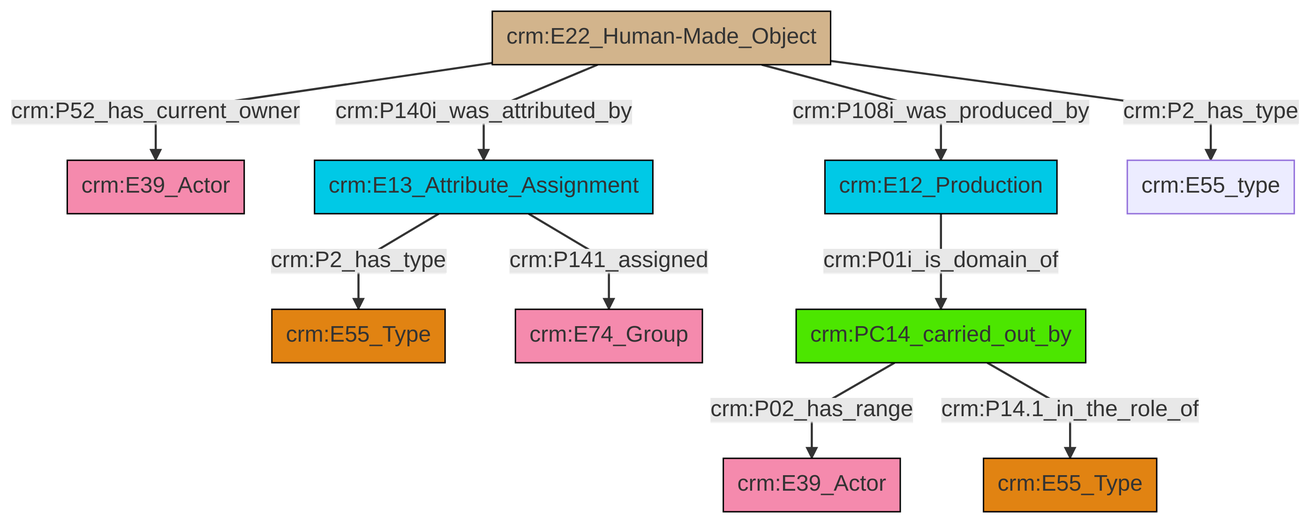
Above: et/builtWorkCSV/ttl/mmd/png/Built_Work_actor_relations.png in swiss-art-research-net/docs.swissartresearch (Mermaid), before the change. Its source is kept beside it as et/builtWorkCSV/ttl/mmd/Built_Work_actor_relations.ttl.mmd.
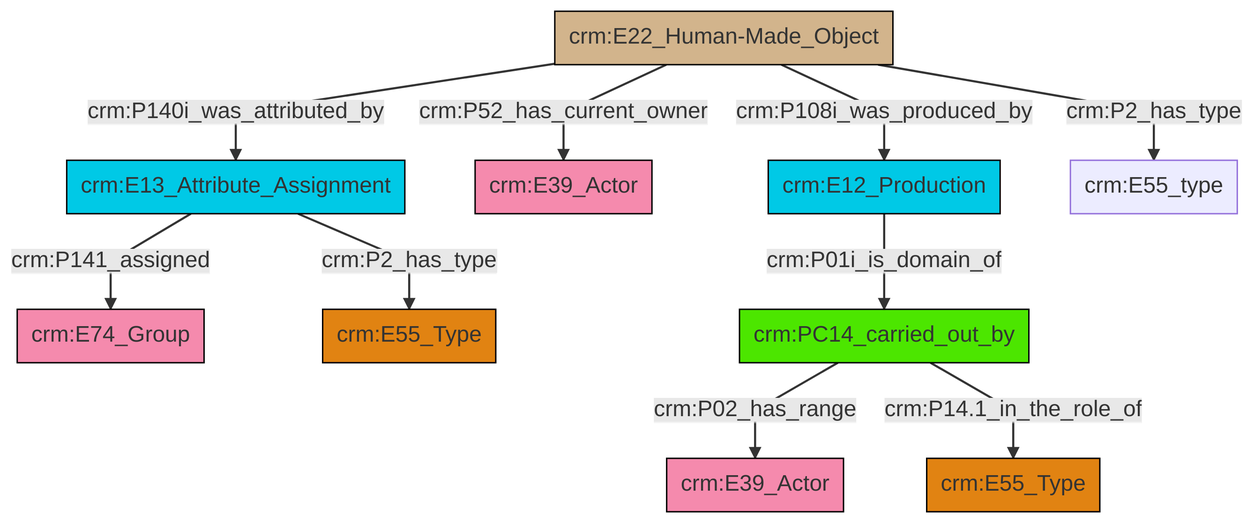
Above is the later version.

The edit, as a diff of the source:
```diff
@@ -13,12 +13,12 @@
 classDef PC_Classes fill:#4ce600, stroke:#000000;
 classDef Multi fill:#cccccc,stroke:#000000;
 
-2["crm:E22_Human-Made_Object"]:::Physical_Thing -->|crm:P52_has_current_owner| 3["crm:E39_Actor"]:::Actor
-6["crm:PC14_carried_out_by"]:::PC_Classes -->|crm:P02_has_range| 7["crm:E39_Actor"]:::Actor
-2["crm:E22_Human-Made_Object"]:::Physical_Thing -->|crm:P108i_was_produced_by| 8["crm:E12_Production"]:::Temporal_Entity
-9["crm:E13_Attribute_Assignment"]:::Temporal_Entity -->|crm:P2_has_type| 0["crm:E55_Type"]:::Type
-2["crm:E22_Human-Made_Object"]:::Physical_Thing -->|crm:P2_has_type| 10["crm:E55_type"]:::Default
-8["crm:E12_Production"]:::Temporal_Entity -->|crm:P01i_is_domain_of| 6["crm:PC14_carried_out_by"]:::PC_Classes
-9["crm:E13_Attribute_Assignment"]:::Temporal_Entity -->|crm:P141_assigned| 4["crm:E74_Group"]:::Actor
-2["crm:E22_Human-Made_Object"]:::Physical_Thing -->|crm:P140i_was_attributed_by| 9["crm:E13_Attribute_Assignment"]:::Temporal_Entity
-6["crm:PC14_carried_out_by"]:::PC_Classes -->|crm:P14.1_in_the_role_of| 13["crm:E55_Type"]:::Type
+2["crm:E13_Attribute_Assignment"]:::Temporal_Entity -->|crm:P2_has_type| 3["crm:E55_Type"]:::Type
+2["crm:E13_Attribute_Assignment"]:::Temporal_Entity -->|crm:P141_assigned| 0["crm:E74_Group"]:::Actor
+6["crm:E22_Human-Made_Object"]:::Physical_Thing -->|crm:P52_has_current_owner| 7["crm:E39_Actor"]:::Actor
+6["crm:E22_Human-Made_Object"]:::Physical_Thing -->|crm:P108i_was_produced_by| 8["crm:E12_Production"]:::Temporal_Entity
+4["crm:PC14_carried_out_by"]:::PC_Classes -->|crm:P02_has_range| 11["crm:E39_Actor"]:::Actor
+8["crm:E12_Production"]:::Temporal_Entity -->|crm:P01i_is_domain_of| 4["crm:PC14_carried_out_by"]:::PC_Classes
+6["crm:E22_Human-Made_Object"]:::Physical_Thing -->|crm:P2_has_type| 14["crm:E55_type"]:::Default
+4["crm:PC14_carried_out_by"]:::PC_Classes -->|crm:P14.1_in_the_role_of| 17["crm:E55_Type"]:::Type
+6["crm:E22_Human-Made_Object"]:::Physical_Thing -->|crm:P140i_was_attributed_by| 2["crm:E13_Attribute_Assignment"]:::Temporal_Entity
```
